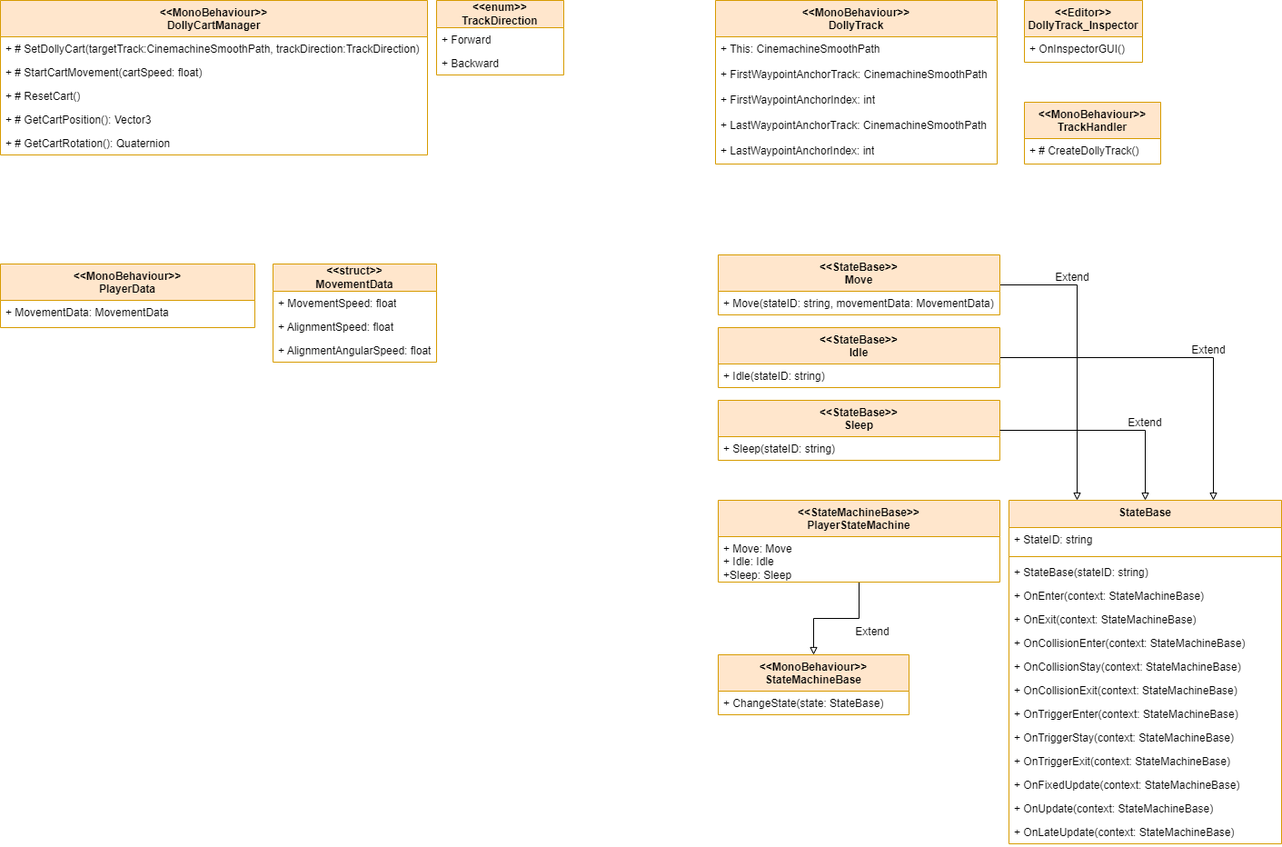
Earlier version of the draw.io export Documentation/Programming/uml_B2B_Museum_Player_System.png (gabevlogd/Brera-Museum-B2B-App). Source tidied: cells renumbered, new cells last; positions are measured from the earlier drawing's top-left corner, leaving out a move shared by most shapes.
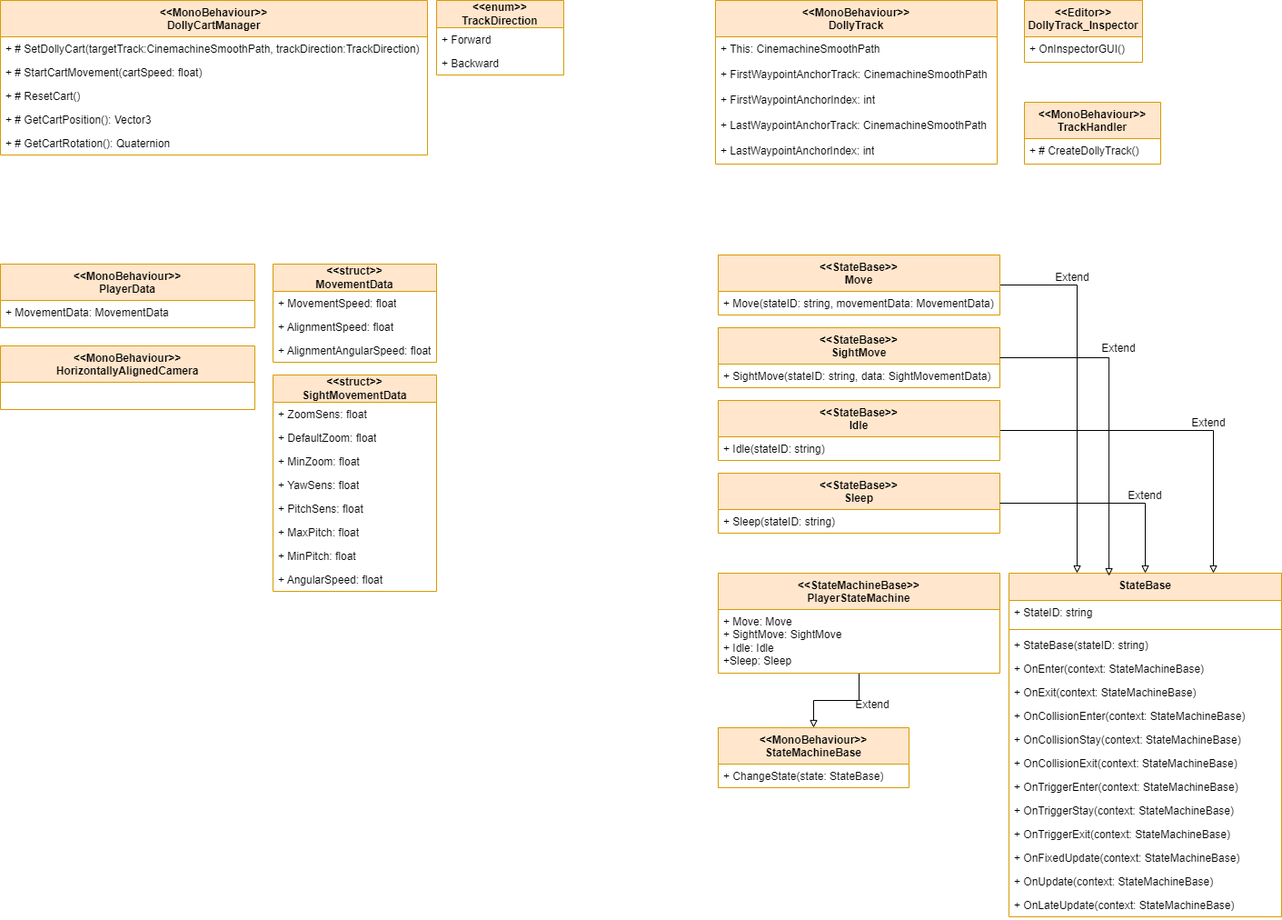
After the change.

Commit message:
Player UML updated

Change to the diagram source:
```diff
@@ -30,13 +30,13 @@
       <mxGeometry y="56" width="140" height="26" as="geometry" />
     </mxCell>
     <mxCell id="11" value="&amp;lt;&amp;lt;MonoBehaviour&amp;gt;&amp;gt;&lt;br&gt;StateMachineBase" style="swimlane;fontStyle=1;align=center;verticalAlign=top;horizontal=1;startSize=40;whiteSpace=wrap;html=1;fillColor=#ffe6cc;strokeColor=#d79b00;" parent="1" vertex="1">
-      <mxGeometry x="790" y="720" width="210" height="66" as="geometry" />
+      <mxGeometry x="790" y="800" width="210" height="66" as="geometry" />
     </mxCell>
     <mxCell id="12" value="+ ChangeState(state: StateBase)" style="text;strokeColor=none;fillColor=none;align=left;verticalAlign=top;spacingLeft=4;spacingRight=4;overflow=hidden;whiteSpace=wrap;html=1;" parent="11" vertex="1">
       <mxGeometry y="40" width="210" height="26" as="geometry" />
     </mxCell>
     <mxCell id="13" value="StateBase" style="swimlane;fontStyle=1;align=center;verticalAlign=top;horizontal=1;startSize=30;whiteSpace=wrap;html=1;fillColor=#ffe6cc;strokeColor=#d79b00;" parent="1" vertex="1">
-      <mxGeometry x="1110" y="550" width="300" height="378" as="geometry" />
+      <mxGeometry x="1110" y="630" width="300" height="378" as="geometry" />
     </mxCell>
     <mxCell id="14" value="+ StateID: string&amp;nbsp;" style="text;strokeColor=none;fillColor=none;align=left;verticalAlign=top;spacingLeft=4;spacingRight=4;overflow=hidden;whiteSpace=wrap;html=1;" parent="13" vertex="1">
       <mxGeometry y="30" width="300" height="28" as="geometry" />
@@ -84,10 +84,10 @@
       <mxGeometry relative="1" as="geometry" />
     </mxCell>
     <mxCell id="29" value="&amp;lt;&amp;lt;StateMachineBase&amp;gt;&amp;gt;&lt;br&gt;PlayerStateMachine" style="swimlane;fontStyle=1;align=center;verticalAlign=top;horizontal=1;startSize=40;whiteSpace=wrap;html=1;fillColor=#ffe6cc;strokeColor=#d79b00;" parent="1" vertex="1">
-      <mxGeometry x="790" y="550" width="310" height="90" as="geometry" />
+      <mxGeometry x="790" y="630" width="310" height="110" as="geometry" />
     </mxCell>
-    <mxCell id="30" value="+ Move: Move&lt;br&gt;+ Idle: Idle&lt;br&gt;+Sleep: Sleep" style="text;strokeColor=none;fillColor=none;align=left;verticalAlign=top;spacingLeft=4;spacingRight=4;overflow=hidden;whiteSpace=wrap;html=1;" parent="29" vertex="1">
-      <mxGeometry y="40" width="310" height="50" as="geometry" />
+    <mxCell id="30" value="+ Move: Move&lt;br&gt;+ SightMove: SightMove&lt;br&gt;+ Idle: Idle&lt;br&gt;+Sleep: Sleep" style="text;strokeColor=none;fillColor=none;align=left;verticalAlign=top;spacingLeft=4;spacingRight=4;overflow=hidden;whiteSpace=wrap;html=1;" parent="29" vertex="1">
+      <mxGeometry y="40" width="310" height="70" as="geometry" />
     </mxCell>
     <mxCell id="31" style="edgeStyle=orthogonalEdgeStyle;rounded=0;jettySize=auto;html=1;entryX=0.25;entryY=0;entryDx=0;entryDy=0;endArrow=block;endFill=0;align=center;" parent="1" edge="1" source="32" target="13">
       <mxGeometry relative="1" as="geometry" />
@@ -102,13 +102,13 @@
       <mxGeometry relative="1" as="geometry" />
     </mxCell>
     <mxCell id="35" value="&amp;lt;&amp;lt;StateBase&amp;gt;&amp;gt;&lt;br&gt;Idle" style="swimlane;fontStyle=1;align=center;verticalAlign=top;horizontal=1;startSize=40;whiteSpace=wrap;html=1;fillColor=#ffe6cc;strokeColor=#d79b00;" parent="1" vertex="1">
-      <mxGeometry x="790" y="360" width="310" height="66" as="geometry" />
+      <mxGeometry x="790" y="440" width="310" height="66" as="geometry" />
     </mxCell>
     <mxCell id="36" value="+ Idle(stateID: string)" style="text;strokeColor=none;fillColor=none;align=left;verticalAlign=top;spacingLeft=4;spacingRight=4;overflow=hidden;whiteSpace=wrap;html=1;" parent="35" vertex="1">
       <mxGeometry y="40" width="310" height="26" as="geometry" />
     </mxCell>
     <mxCell id="37" value="&amp;lt;&amp;lt;StateBase&amp;gt;&amp;gt;&lt;br&gt;Sleep" style="swimlane;fontStyle=1;align=center;verticalAlign=top;horizontal=1;startSize=40;whiteSpace=wrap;html=1;fillColor=#ffe6cc;strokeColor=#d79b00;" parent="1" vertex="1">
-      <mxGeometry x="790" y="440" width="310" height="66" as="geometry" />
+      <mxGeometry x="790" y="520" width="310" height="66" as="geometry" />
     </mxCell>
     <mxCell id="38" value="+ Sleep(stateID: string)" style="text;strokeColor=none;fillColor=none;align=left;verticalAlign=top;spacingLeft=4;spacingRight=4;overflow=hidden;whiteSpace=wrap;html=1;" parent="37" vertex="1">
       <mxGeometry y="40" width="310" height="26" as="geometry" />
@@ -156,13 +156,13 @@
       <mxGeometry x="1150" y="290" width="60" height="30" as="geometry" />
     </mxCell>
     <mxCell id="53" value="Extend" style="text;html=1;strokeColor=none;fillColor=none;align=center;verticalAlign=middle;whiteSpace=wrap;rounded=0;" parent="1" vertex="1">
-      <mxGeometry x="1300" y="370" width="60" height="30" as="geometry" />
+      <mxGeometry x="1300" y="450" width="60" height="30" as="geometry" />
     </mxCell>
     <mxCell id="54" value="Extend" style="text;html=1;strokeColor=none;fillColor=none;align=center;verticalAlign=middle;whiteSpace=wrap;rounded=0;" parent="1" vertex="1">
-      <mxGeometry x="1230" y="450" width="60" height="30" as="geometry" />
+      <mxGeometry x="1230" y="530" width="60" height="30" as="geometry" />
     </mxCell>
     <mxCell id="55" value="Extend" style="text;html=1;strokeColor=none;fillColor=none;align=center;verticalAlign=middle;whiteSpace=wrap;rounded=0;" parent="1" vertex="1">
-      <mxGeometry x="930" y="680" width="60" height="30" as="geometry" />
+      <mxGeometry x="930" y="760" width="60" height="30" as="geometry" />
     </mxCell>
     <mxCell id="56" value="&amp;lt;&amp;lt;Editor&amp;gt;&amp;gt;&lt;br style=&quot;border-color: var(--border-color);&quot;&gt;DollyTrack_Inspector" style="swimlane;fontStyle=1;align=center;verticalAlign=top;horizontal=1;startSize=40;whiteSpace=wrap;html=1;fillColor=#ffe6cc;strokeColor=#d79b00;" parent="1" vertex="1">
       <mxGeometry x="1127" width="130" height="68" as="geometry" />
@@ -176,5 +176,47 @@
     <mxCell id="59" value="+ # CreateDollyTrack()" style="text;strokeColor=none;fillColor=none;align=left;verticalAlign=top;spacingLeft=4;spacingRight=4;overflow=hidden;whiteSpace=wrap;html=1;" parent="58" vertex="1">
       <mxGeometry y="40" width="150" height="28" as="geometry" />
     </mxCell>
+    <mxCell id="60" value="&amp;lt;&amp;lt;StateBase&amp;gt;&amp;gt;&lt;br&gt;SightMove" style="swimlane;fontStyle=1;align=center;verticalAlign=top;horizontal=1;startSize=40;whiteSpace=wrap;html=1;fillColor=#ffe6cc;strokeColor=#d79b00;" parent="1" vertex="1">
+      <mxGeometry x="790" y="360" width="310" height="66" as="geometry" />
+    </mxCell>
+    <mxCell id="61" value="+ SightMove(stateID: string, data: SightMovementData)" style="text;strokeColor=none;fillColor=none;align=left;verticalAlign=top;spacingLeft=4;spacingRight=4;overflow=hidden;whiteSpace=wrap;html=1;" parent="60" vertex="1">
+      <mxGeometry y="40" width="310" height="26" as="geometry" />
+    </mxCell>
+    <mxCell id="62" style="edgeStyle=orthogonalEdgeStyle;rounded=0;jettySize=auto;html=1;entryX=0.367;entryY=0.008;entryDx=0;entryDy=0;entryPerimeter=0;endArrow=block;endFill=0;" parent="1" edge="1" source="60" target="13">
+      <mxGeometry relative="1" as="geometry" />
+    </mxCell>
+    <mxCell id="63" value="Extend" style="text;html=1;strokeColor=none;fillColor=none;align=center;verticalAlign=middle;whiteSpace=wrap;rounded=0;" parent="1" vertex="1">
+      <mxGeometry x="1201" y="368" width="60" height="30" as="geometry" />
+    </mxCell>
+    <mxCell id="64" value="&lt;b&gt;&amp;lt;&amp;lt;struct&amp;gt;&amp;gt;&lt;/b&gt;&lt;br&gt;&lt;b&gt;SightMovementData&lt;/b&gt;" style="swimlane;fontStyle=0;horizontal=1;startSize=30;fillColor=#ffe6cc;whiteSpace=wrap;html=1;strokeColor=#d79b00;" parent="1" vertex="1">
+      <mxGeometry x="300" y="412" width="180" height="238" as="geometry" />
+    </mxCell>
+    <mxCell id="65" value="+ ZoomSens: float" style="text;strokeColor=none;fillColor=none;align=left;verticalAlign=top;spacingLeft=4;spacingRight=4;overflow=hidden;whiteSpace=wrap;html=1;" parent="64" vertex="1">
+      <mxGeometry y="30" width="180" height="26" as="geometry" />
+    </mxCell>
+    <mxCell id="66" value="+ DefaultZoom: float" style="text;strokeColor=none;fillColor=none;align=left;verticalAlign=top;spacingLeft=4;spacingRight=4;overflow=hidden;whiteSpace=wrap;html=1;" parent="64" vertex="1">
+      <mxGeometry y="56" width="180" height="26" as="geometry" />
+    </mxCell>
+    <mxCell id="67" value="+ MinZoom: float" style="text;strokeColor=none;fillColor=none;align=left;verticalAlign=top;spacingLeft=4;spacingRight=4;overflow=hidden;whiteSpace=wrap;html=1;" parent="64" vertex="1">
+      <mxGeometry y="82" width="180" height="26" as="geometry" />
+    </mxCell>
+    <mxCell id="68" value="+ YawSens: float" style="text;strokeColor=none;fillColor=none;align=left;verticalAlign=top;spacingLeft=4;spacingRight=4;overflow=hidden;whiteSpace=wrap;html=1;" parent="64" vertex="1">
+      <mxGeometry y="108" width="180" height="26" as="geometry" />
+    </mxCell>
+    <mxCell id="69" value="+ PitchSens: float" style="text;strokeColor=none;fillColor=none;align=left;verticalAlign=top;spacingLeft=4;spacingRight=4;overflow=hidden;whiteSpace=wrap;html=1;" parent="64" vertex="1">
+      <mxGeometry y="134" width="180" height="26" as="geometry" />
+    </mxCell>
+    <mxCell id="70" value="+ MaxPitch: float" style="text;strokeColor=none;fillColor=none;align=left;verticalAlign=top;spacingLeft=4;spacingRight=4;overflow=hidden;whiteSpace=wrap;html=1;" parent="64" vertex="1">
+      <mxGeometry y="160" width="180" height="26" as="geometry" />
+    </mxCell>
+    <mxCell id="71" value="+ MinPitch: float" style="text;strokeColor=none;fillColor=none;align=left;verticalAlign=top;spacingLeft=4;spacingRight=4;overflow=hidden;whiteSpace=wrap;html=1;" parent="64" vertex="1">
+      <mxGeometry y="186" width="180" height="26" as="geometry" />
+    </mxCell>
+    <mxCell id="72" value="+ AngularSpeed: float" style="text;strokeColor=none;fillColor=none;align=left;verticalAlign=top;spacingLeft=4;spacingRight=4;overflow=hidden;whiteSpace=wrap;html=1;" parent="64" vertex="1">
+      <mxGeometry y="212" width="180" height="26" as="geometry" />
+    </mxCell>
+    <mxCell id="73" value="&amp;lt;&amp;lt;MonoBehaviour&amp;gt;&amp;gt;&lt;br&gt;HorizontallyAlignedCamera" style="swimlane;fontStyle=1;align=center;verticalAlign=top;horizontal=1;startSize=40;whiteSpace=wrap;html=1;fillColor=#ffe6cc;strokeColor=#d79b00;" parent="1" vertex="1">
+      <mxGeometry y="380" width="280" height="70" as="geometry" />
+    </mxCell>
   </root>
 </mxGraphModel>
```
